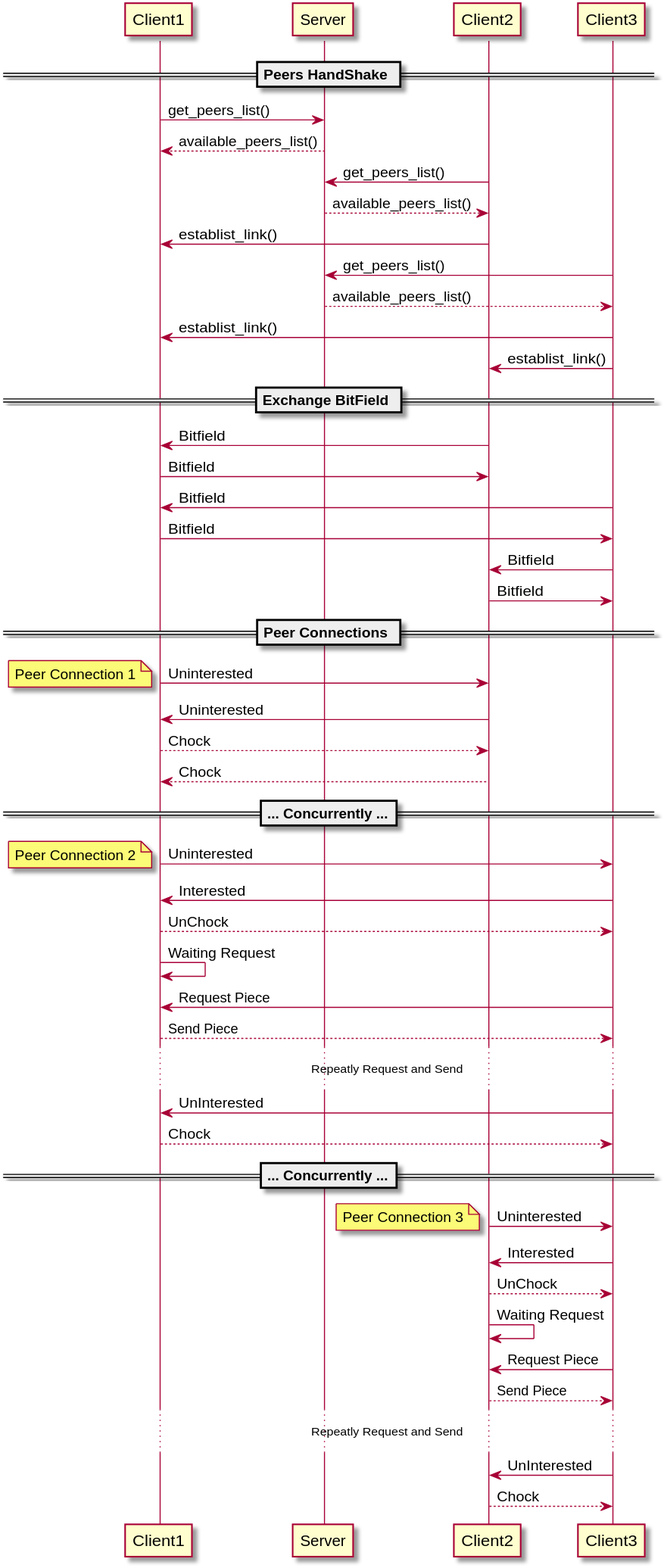
Earlier version of the PlantUML export report/demo1/C3RequestC2C1.svg (YanB25/p2p-demo). The source it was exported from:
```plantuml
@startuml C3RequestC2C1
== Peers HandShake ==
Client1 -> Server: get_peers_list()
Server --> Client1: available_peers_list()
Client2 -> Server: get_peers_list()
Server --> Client2: available_peers_list()
Client2 -> Client1: establist_link()
Client3 -> Server: get_peers_list()
Server --> Client3: available_peers_list()
Client3 -> Client1: establist_link()
Client3 -> Client2: establist_link()
== Exchange BitField ==
Client2 -> Client1: Bitfield
Client1 -> Client2: Bitfield
Client3 -> Client1: Bitfield
Client1 -> Client3: Bitfield
Client3 -> Client2: Bitfield
Client2 -> Client3: Bitfield
== Peer Connections ==
Client1 -> Client2: Uninterested
note left: Peer Connection 1
Client2 -> Client1: Uninterested
Client1 --> Client2: Chock
Client2 --> Client1: Chock
== ... Concurrently ...==
Client1 -> Client3: Uninterested
note left: Peer Connection 2
Client3 -> Client1: Interested
Client1 --> Client3: UnChock
Client1 -> Client1: Waiting Request
Client3 -> Client1: Request Piece
Client1 --> Client3: Send Piece
... Repeatly Request and Send ...
Client3 -> Client1: UnInterested
Client1 --> Client3: Chock
== ... Concurrently ...==
Client2 -> Client3: Uninterested
note left: Peer Connection 3
Client3 -> Client2: Interested
Client2 --> Client3: UnChock
Client2 -> Client2: Waiting Request
Client3 -> Client2: Request Piece
Client2 --> Client3: Send Piece
... Repeatly Request and Send ...
Client3 -> Client2: UnInterested
Client2 --> Client3: Chock
@enduml
```
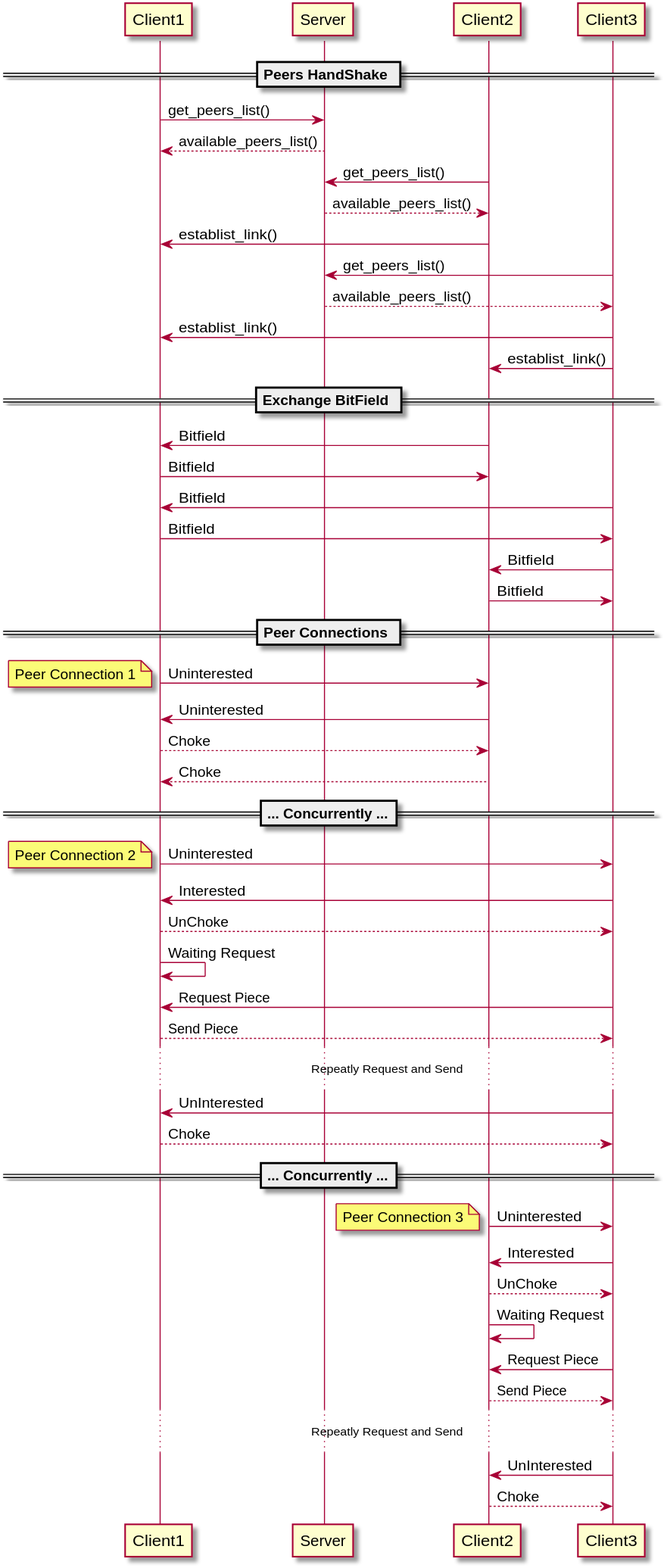
After the change.

Diff of the diagram source:
```diff
@@ -20,28 +20,28 @@
 Client1 -> Client2: Uninterested
 note left: Peer Connection 1
 Client2 -> Client1: Uninterested
-Client1 --> Client2: Chock
-Client2 --> Client1: Chock
+Client1 --> Client2: Choke
+Client2 --> Client1: Choke
 == ... Concurrently ...==
 Client1 -> Client3: Uninterested
 note left: Peer Connection 2
 Client3 -> Client1: Interested
-Client1 --> Client3: UnChock
+Client1 --> Client3: UnChoke
 Client1 -> Client1: Waiting Request
 Client3 -> Client1: Request Piece
 Client1 --> Client3: Send Piece
 ... Repeatly Request and Send ...
 Client3 -> Client1: UnInterested
-Client1 --> Client3: Chock
+Client1 --> Client3: Choke
 == ... Concurrently ...==
 Client2 -> Client3: Uninterested
 note left: Peer Connection 3
 Client3 -> Client2: Interested
-Client2 --> Client3: UnChock
+Client2 --> Client3: UnChoke
 Client2 -> Client2: Waiting Request
 Client3 -> Client2: Request Piece
 Client2 --> Client3: Send Piece
 ... Repeatly Request and Send ...
 Client3 -> Client2: UnInterested
-Client2 --> Client3: Chock
+Client2 --> Client3: Choke
 @enduml
```
